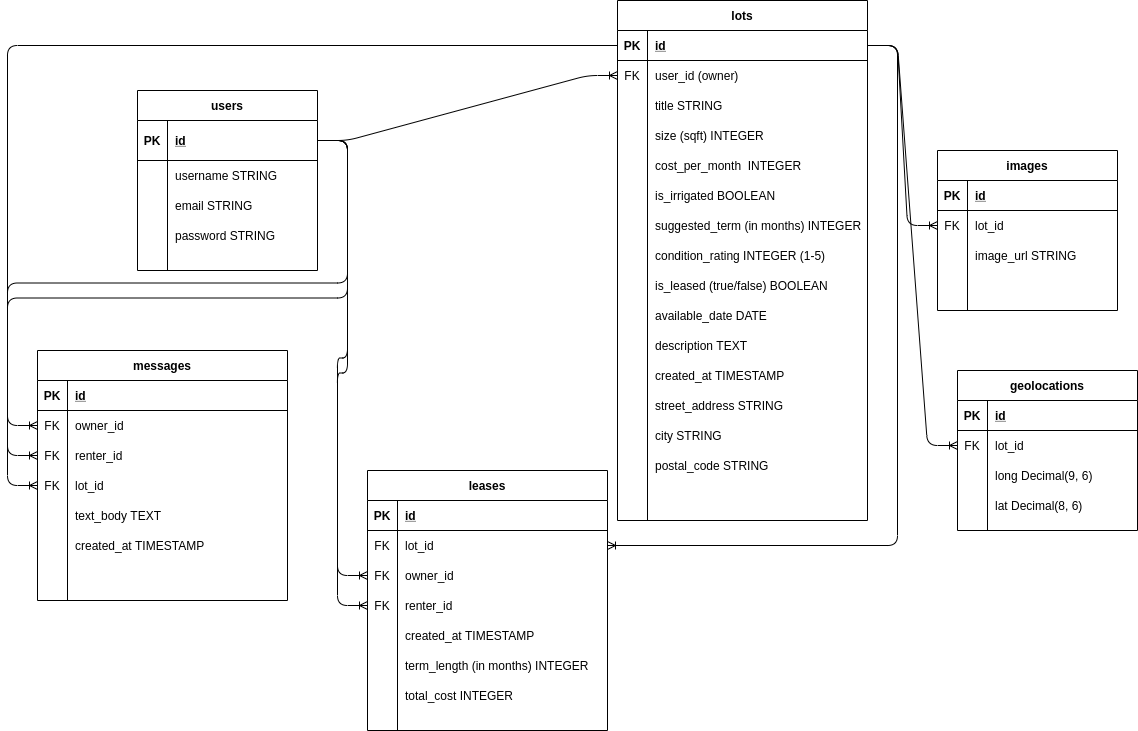
Above: docs/final-erb.png in jyxgao/regeneroot (draw.io), before the change. Source tidied: cells renumbered, new cells last; positions are measured from the earlier drawing's top-left corner, leaving out a move shared by most shapes.
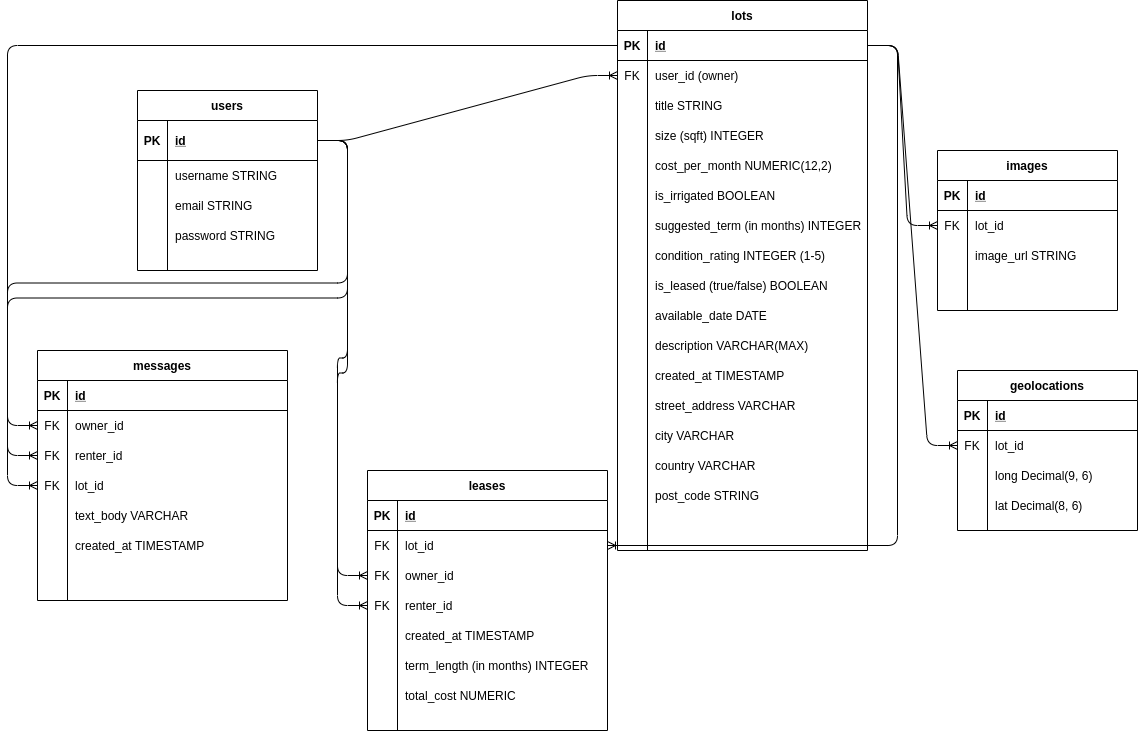
The same file after the commit.

The edit, as a diff of the source:
```diff
@@ -18,7 +18,7 @@
       <mxGeometry relative="1" as="geometry" />
     </mxCell>
     <mxCell id="7" value="lots" style="shape=table;startSize=30;rowLines=0;fontStyle=1;align=center;" parent="1" vertex="1">
-      <mxGeometry x="580" width="250" height="520" as="geometry" />
+      <mxGeometry x="580" width="250" height="550" as="geometry" />
     </mxCell>
     <mxCell id="8" style="shape=partialRectangle;fillColor=none;points=[[0,0.5],[1,0.5]];portConstraint=eastwest;top=0;left=0;right=0;bottom=1;" parent="7" vertex="1">
       <mxGeometry y="30" width="250" height="30" as="geometry" />
@@ -62,7 +62,7 @@
     <mxCell id="21" style="shape=partialRectangle;overflow=hidden;fillColor=none;top=0;left=0;bottom=0;right=0;" parent="20" vertex="1">
       <mxGeometry width="30" height="30" as="geometry" />
     </mxCell>
-    <mxCell id="22" value="cost_per_month  INTEGER" style="shape=partialRectangle;overflow=hidden;fillColor=none;top=0;left=0;bottom=0;right=0;align=left;spacingLeft=6;" parent="20" vertex="1">
+    <mxCell id="22" value="cost_per_month NUMERIC(12,2)" style="shape=partialRectangle;overflow=hidden;fillColor=none;top=0;left=0;bottom=0;right=0;align=left;spacingLeft=6;" parent="20" vertex="1">
       <mxGeometry x="30" width="220" height="30" as="geometry" />
     </mxCell>
     <mxCell id="23" style="shape=partialRectangle;fillColor=none;top=0;left=0;right=0;bottom=0;" parent="7" vertex="1">
@@ -116,7 +116,7 @@
     <mxCell id="39" style="shape=partialRectangle;overflow=hidden;fillColor=none;top=0;left=0;bottom=0;right=0;" parent="38" vertex="1">
       <mxGeometry width="30" height="30" as="geometry" />
     </mxCell>
-    <mxCell id="40" value="description TEXT" style="shape=partialRectangle;overflow=hidden;fillColor=none;top=0;left=0;bottom=0;right=0;align=left;spacingLeft=6;" parent="38" vertex="1">
+    <mxCell id="40" value="description VARCHAR(MAX)" style="shape=partialRectangle;overflow=hidden;fillColor=none;top=0;left=0;bottom=0;right=0;align=left;spacingLeft=6;" parent="38" vertex="1">
       <mxGeometry x="30" width="220" height="30" as="geometry" />
     </mxCell>
     <mxCell id="41" style="shape=partialRectangle;fillColor=none;top=0;left=0;right=0;bottom=0;" parent="7" vertex="1">
@@ -134,7 +134,7 @@
     <mxCell id="45" style="shape=partialRectangle;overflow=hidden;fillColor=none;top=0;left=0;bottom=0;right=0;" parent="44" vertex="1">
       <mxGeometry width="30" height="30" as="geometry" />
     </mxCell>
-    <mxCell id="46" value="street_address STRING" style="shape=partialRectangle;overflow=hidden;fillColor=none;top=0;left=0;bottom=0;right=0;align=left;spacingLeft=6;" parent="44" vertex="1">
+    <mxCell id="46" value="street_address VARCHAR" style="shape=partialRectangle;overflow=hidden;fillColor=none;top=0;left=0;bottom=0;right=0;align=left;spacingLeft=6;" parent="44" vertex="1">
       <mxGeometry x="30" width="220" height="30" as="geometry" />
     </mxCell>
     <mxCell id="47" style="shape=partialRectangle;fillColor=none;top=0;left=0;right=0;bottom=0;" parent="7" vertex="1">
@@ -143,16 +143,25 @@
     <mxCell id="48" style="shape=partialRectangle;overflow=hidden;fillColor=none;top=0;left=0;bottom=0;right=0;" parent="47" vertex="1">
       <mxGeometry width="30" height="30" as="geometry" />
     </mxCell>
-    <mxCell id="49" value="city STRING" style="shape=partialRectangle;overflow=hidden;fillColor=none;top=0;left=0;bottom=0;right=0;align=left;spacingLeft=6;" parent="47" vertex="1">
+    <mxCell id="49" value="city VARCHAR" style="shape=partialRectangle;overflow=hidden;fillColor=none;top=0;left=0;bottom=0;right=0;align=left;spacingLeft=6;" parent="47" vertex="1">
       <mxGeometry x="30" width="220" height="30" as="geometry" />
     </mxCell>
+    <mxCell id="140" style="shape=partialRectangle;fillColor=none;top=0;left=0;right=0;bottom=0;" parent="7" vertex="1">
+      <mxGeometry y="450" width="250" height="30" as="geometry" />
+    </mxCell>
+    <mxCell id="141" style="shape=partialRectangle;overflow=hidden;fillColor=none;top=0;left=0;bottom=0;right=0;" parent="140" vertex="1">
+      <mxGeometry width="30" height="30" as="geometry" />
+    </mxCell>
+    <mxCell id="142" value="country VARCHAR" style="shape=partialRectangle;overflow=hidden;fillColor=none;top=0;left=0;bottom=0;right=0;align=left;spacingLeft=6;" parent="140" vertex="1">
+      <mxGeometry x="30" width="220" height="30" as="geometry" />
+    </mxCell>
     <mxCell id="50" style="shape=partialRectangle;fillColor=none;top=0;left=0;right=0;bottom=0;" parent="7" vertex="1">
-      <mxGeometry y="450" width="250" height="30" as="geometry" />
+      <mxGeometry y="480" width="250" height="30" as="geometry" />
     </mxCell>
     <mxCell id="51" style="shape=partialRectangle;overflow=hidden;fillColor=none;top=0;left=0;bottom=0;right=0;" parent="50" vertex="1">
       <mxGeometry width="30" height="30" as="geometry" />
     </mxCell>
-    <mxCell id="52" value="postal_code STRING" style="shape=partialRectangle;overflow=hidden;fillColor=none;top=0;left=0;bottom=0;right=0;align=left;spacingLeft=6;" parent="50" vertex="1">
+    <mxCell id="52" value="post_code STRING" style="shape=partialRectangle;overflow=hidden;fillColor=none;top=0;left=0;bottom=0;right=0;align=left;spacingLeft=6;" parent="50" vertex="1">
       <mxGeometry x="30" width="220" height="30" as="geometry" />
     </mxCell>
     <mxCell id="53" value="images" style="shape=table;startSize=30;rowLines=0;fontStyle=1;align=center;" parent="1" vertex="1">
@@ -296,7 +305,7 @@
     <mxCell id="99" style="shape=partialRectangle;fillColor=none;top=0;left=0;bottom=0;right=0;overflow=hidden;" parent="98" vertex="1">
       <mxGeometry width="30" height="30" as="geometry" />
     </mxCell>
-    <mxCell id="100" value="total_cost INTEGER" style="shape=partialRectangle;fillColor=none;top=0;left=0;bottom=0;right=0;align=left;spacingLeft=6;overflow=hidden;" parent="98" vertex="1">
+    <mxCell id="100" value="total_cost NUMERIC" style="shape=partialRectangle;fillColor=none;top=0;left=0;bottom=0;right=0;align=left;spacingLeft=6;overflow=hidden;" parent="98" vertex="1">
       <mxGeometry x="30" width="210" height="30" as="geometry" />
     </mxCell>
     <mxCell id="101" style="edgeStyle=entityRelationEdgeStyle;fontSize=12;html=1;endArrow=ERoneToMany;entryX=0;entryY=0.5;entryDx=0;entryDy=0;exitX=1;exitY=0.5;exitDx=0;exitDy=0;" parent="1" edge="1" source="67" target="108">
@@ -355,7 +364,7 @@
     <mxCell id="118" style="shape=partialRectangle;overflow=hidden;fillColor=none;top=0;left=0;bottom=0;right=0;" parent="117" vertex="1">
       <mxGeometry width="30" height="30" as="geometry" />
     </mxCell>
-    <mxCell id="119" value="text_body TEXT" style="shape=partialRectangle;overflow=hidden;fillColor=none;top=0;left=0;bottom=0;right=0;align=left;spacingLeft=6;" parent="117" vertex="1">
+    <mxCell id="119" value="text_body VARCHAR" style="shape=partialRectangle;overflow=hidden;fillColor=none;top=0;left=0;bottom=0;right=0;align=left;spacingLeft=6;" parent="117" vertex="1">
       <mxGeometry x="30" width="220" height="30" as="geometry" />
     </mxCell>
     <mxCell id="120" style="shape=partialRectangle;fillColor=none;top=0;left=0;right=0;bottom=0;" parent="104" vertex="1">
```
